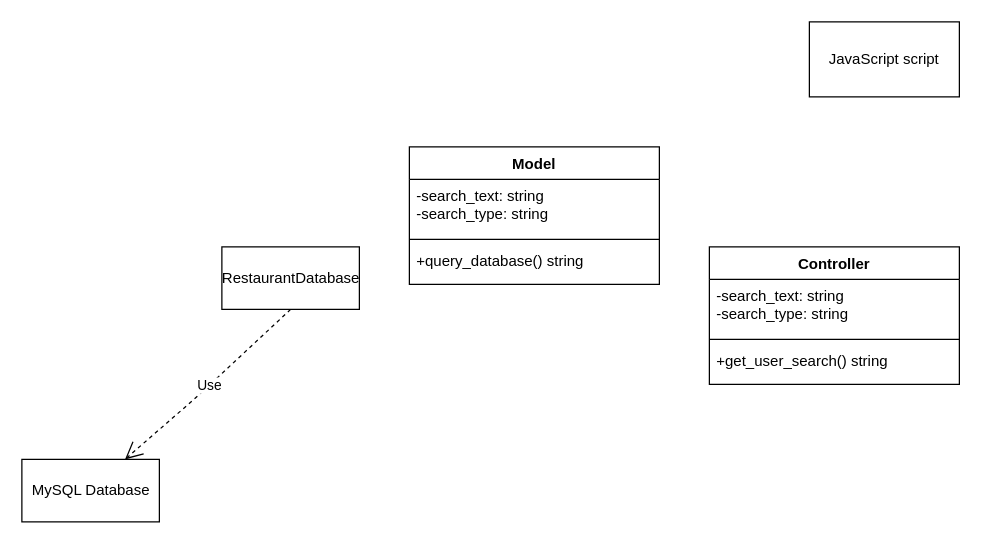
The draw.io diagram Documentation/RestaurantSearchClassDiagram.drawio in jxs5476/Penn-State-Food-Locator, before the edit. Source tidied: cells renumbered, new cells numbered last; positions are measured from the earlier drawing's top-left corner, leaving out a move shared by most shapes. Both pictures are drawn from the tidied source at 125%, with x=0, y=0 at pixel (21, 21).
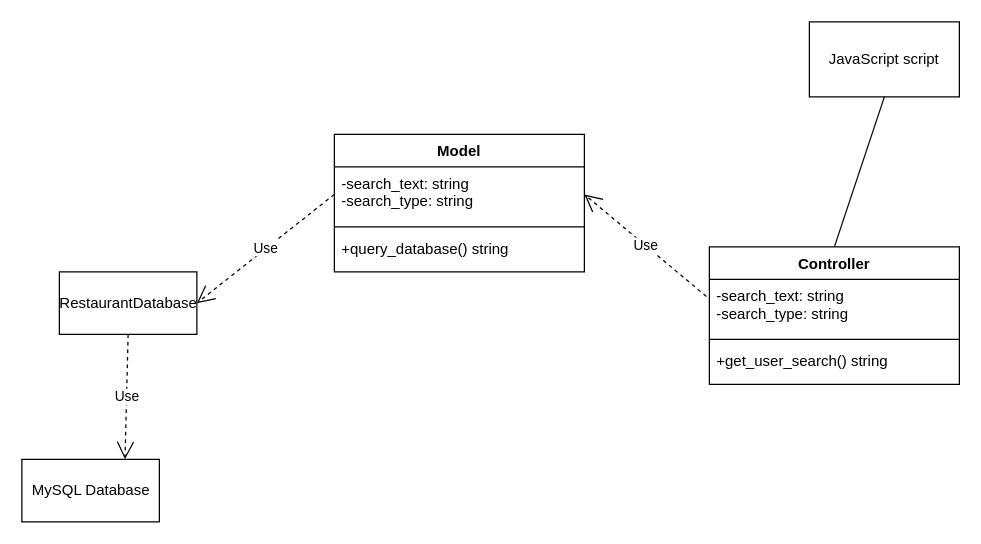
Above is the later version.

Commit message (it also covers changes not shown here):
Created model class and added some documentation

Change to the diagram source:
```diff
@@
 <mxGraphModel>
   <root>
     <mxCell id="0" />
     <mxCell id="1" parent="0" />
     <mxCell id="2" value="Controller" style="swimlane;fontStyle=1;align=center;verticalAlign=top;horizontal=1;startSize=26;" parent="1" vertex="1">
       <mxGeometry x="550" y="180" width="200" height="110" as="geometry" />
     </mxCell>
     <mxCell id="3" value="-search_text: string&#10;-search_type: string" style="text;strokeColor=none;fillColor=none;align=left;verticalAlign=top;spacingLeft=4;spacingRight=4;overflow=hidden;points=[[0,0.5],[1,0.5]];portConstraint=eastwest;" parent="2" vertex="1">
       <mxGeometry y="26" width="200" height="44" as="geometry" />
     </mxCell>
     <mxCell id="4" style="line;strokeWidth=1;fillColor=none;align=left;verticalAlign=middle;spacingTop=-1;spacingLeft=3;spacingRight=3;labelPosition=right;" parent="2" vertex="1">
       <mxGeometry y="70" width="200" height="8" as="geometry" />
     </mxCell>
     <mxCell id="5" value="+get_user_search() string" style="text;strokeColor=none;fillColor=none;align=left;verticalAlign=top;spacingLeft=4;spacingRight=4;overflow=hidden;" parent="2" vertex="1">
       <mxGeometry y="78" width="200" height="32" as="geometry" />
     </mxCell>
     <mxCell id="6" value="RestaurantDatabase" style="html=1;" parent="1" vertex="1">
-      <mxGeometry x="160" y="180" width="110" height="50" as="geometry" />
+      <mxGeometry x="30" y="200" width="110" height="50" as="geometry" />
     </mxCell>
     <mxCell id="7" value="MySQL Database" style="html=1;" parent="1" vertex="1">
       <mxGeometry y="350" width="110" height="50" as="geometry" />
     </mxCell>
     <mxCell id="8" value="Use" style="endArrow=open;endSize=12;dashed=1;html=1;exitX=0.5;exitY=1;exitDx=0;exitDy=0;entryX=0.75;entryY=0;entryDx=0;entryDy=0;" parent="1" edge="1" source="6" target="7">
-      <mxGeometry relative="1" as="geometry">
-        <Array as="points">
-          <mxPoint x="140" y="300" />
-        </Array>
-      </mxGeometry>
+      <mxGeometry relative="1" as="geometry" />
     </mxCell>
     <mxCell id="9" value="JavaScript script" style="rounded=0;whiteSpace=wrap;html=1;" parent="1" vertex="1">
       <mxGeometry x="630" width="120" height="60" as="geometry" />
     </mxCell>
     <mxCell id="10" value="Model" style="swimlane;fontStyle=1;align=center;verticalAlign=top;horizontal=1;startSize=26;" parent="1" vertex="1">
-      <mxGeometry x="310" y="100" width="200" height="110" as="geometry" />
+      <mxGeometry x="250" y="90" width="200" height="110" as="geometry" />
     </mxCell>
     <mxCell id="11" value="-search_text: string&#10;-search_type: string" style="text;strokeColor=none;fillColor=none;align=left;verticalAlign=top;spacingLeft=4;spacingRight=4;overflow=hidden;points=[[0,0.5],[1,0.5]];portConstraint=eastwest;" parent="10" vertex="1">
       <mxGeometry y="26" width="200" height="44" as="geometry" />
     </mxCell>
     <mxCell id="12" style="line;strokeWidth=1;fillColor=none;align=left;verticalAlign=middle;spacingTop=-1;spacingLeft=3;spacingRight=3;labelPosition=right;" parent="10" vertex="1">
       <mxGeometry y="70" width="200" height="8" as="geometry" />
     </mxCell>
     <mxCell id="13" value="+query_database() string" style="text;strokeColor=none;fillColor=none;align=left;verticalAlign=top;spacingLeft=4;spacingRight=4;overflow=hidden;" parent="10" vertex="1">
       <mxGeometry y="78" width="200" height="32" as="geometry" />
     </mxCell>
+    <mxCell id="14" value="Use" style="endArrow=open;endSize=12;dashed=1;html=1;exitX=-0.012;exitY=0.31;exitDx=0;exitDy=0;exitPerimeter=0;entryX=1;entryY=0.5;entryDx=0;entryDy=0;" parent="1" edge="1" source="3" target="11">
+      <mxGeometry relative="1" as="geometry" />
+    </mxCell>
+    <mxCell id="15" value="Use" style="endArrow=open;endSize=12;dashed=1;html=1;exitX=0;exitY=0.5;exitDx=0;exitDy=0;entryX=1;entryY=0.5;entryDx=0;entryDy=0;" parent="1" edge="1" source="11" target="6">
+      <mxGeometry relative="1" as="geometry" />
+    </mxCell>
+    <mxCell id="16" style="endArrow=none;html=1;entryX=0.5;entryY=1;entryDx=0;entryDy=0;exitX=0.5;exitY=0;exitDx=0;exitDy=0;" parent="1" edge="1" source="2" target="9">
+      <mxGeometry relative="1" as="geometry" />
+    </mxCell>
   </root>
 </mxGraphModel>
```
